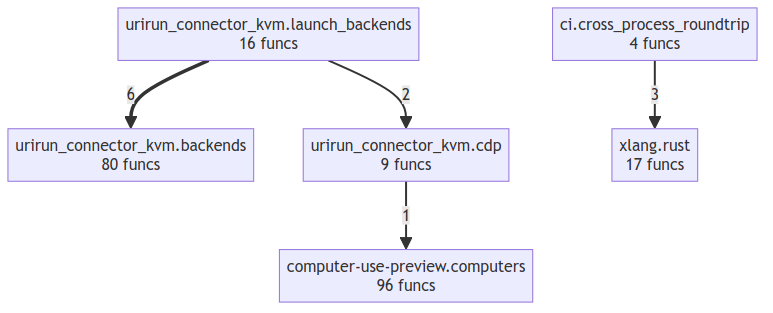
This is project/compact_flow.png from if-uri/urirun-connector-kvm, a Mermaid export, as it was before one commit. Its source is kept beside it as project/compact_flow.mmd.
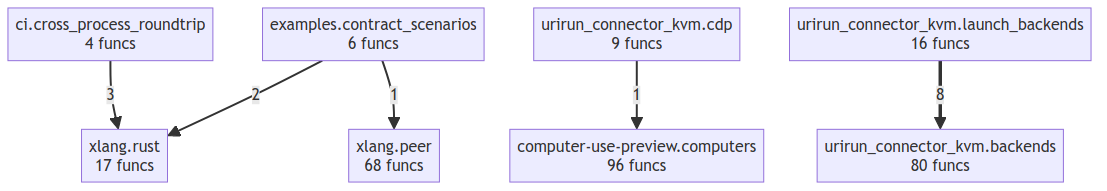
After the commit.

The edit, as a diff of the source:
```diff
@@ -1,11 +1,14 @@
 flowchart TD
     ci__cross_process_roundtrip["ci.cross_process_roundtrip<br/>4 funcs"]
     computer_use_preview__computers["computer-use-preview.computers<br/>96 funcs"]
+    examples__contract_scenarios["examples.contract_scenarios<br/>6 funcs"]
     urirun_connector_kvm__backends["urirun_connector_kvm.backends<br/>80 funcs"]
     urirun_connector_kvm__cdp["urirun_connector_kvm.cdp<br/>9 funcs"]
     urirun_connector_kvm__launch_backends["urirun_connector_kvm.launch_backends<br/>16 funcs"]
+    xlang__peer["xlang.peer<br/>68 funcs"]
     xlang__rust["xlang.rust<br/>17 funcs"]
-    urirun_connector_kvm__launch_backends ==>|6| urirun_connector_kvm__backends
+    urirun_connector_kvm__launch_backends ==>|8| urirun_connector_kvm__backends
     ci__cross_process_roundtrip -->|3| xlang__rust
-    urirun_connector_kvm__launch_backends -->|2| urirun_connector_kvm__cdp
+    examples__contract_scenarios -->|2| xlang__rust
     urirun_connector_kvm__cdp -->|1| computer_use_preview__computers
+    examples__contract_scenarios -->|1| xlang__peer
```
